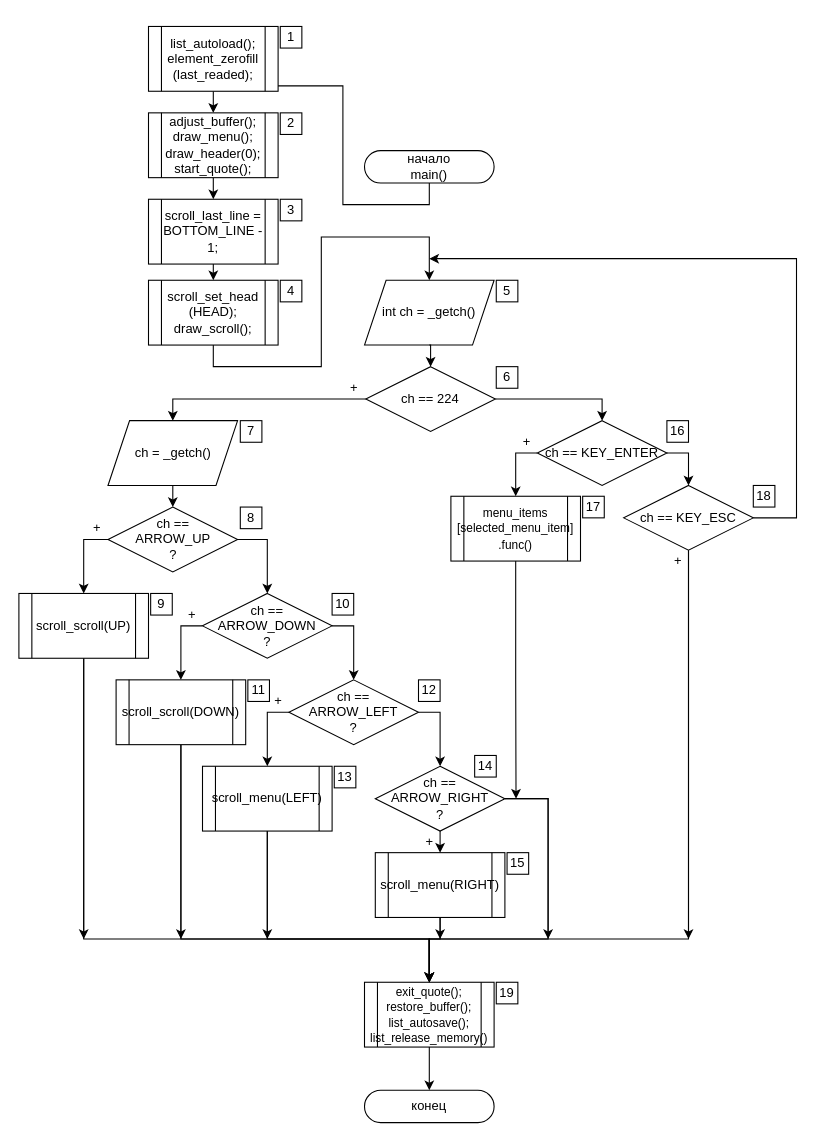
The draw.io diagram ПЗ/Diagrams/main.drawio in Killfrra/AnP, before the edit. Source tidied: cells renumbered, new cells numbered last; positions are measured from the earlier drawing's top-left corner, leaving out a move shared by most shapes. Both pictures are drawn from the tidied source at 108%, with x=0, y=0 at pixel (18, 26).
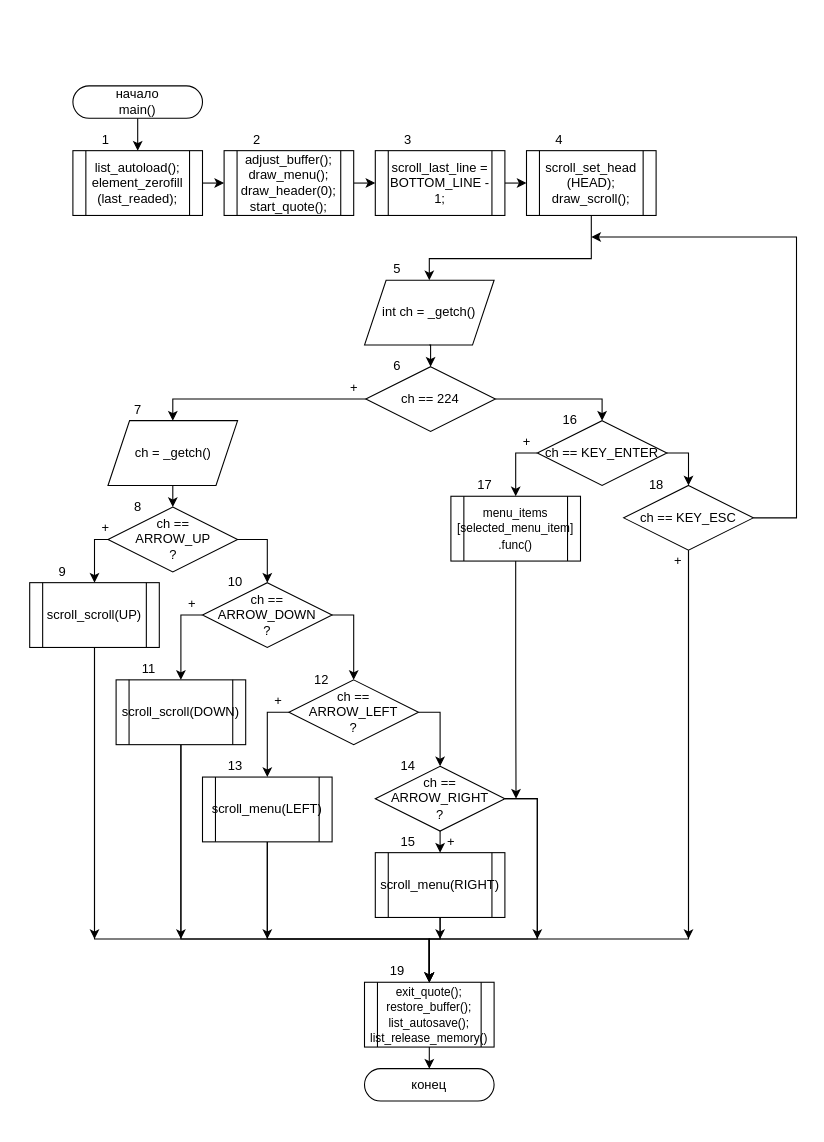
Above is the later version.

Unchanged cells that the change refers to:
```xml
<mxCell id="5" value="&lt;font style=&quot;font-size: 11px&quot;&gt;exit_quote();&lt;br&gt;restore_buffer();&lt;br&gt;list_autosave();&lt;br&gt;list_release_memory()&lt;/font&gt;" style="shape=process;whiteSpace=wrap;html=1;backgroundOutline=1;fontFamily=Helvetica;fontSize=12;fontColor=#000000;align=center;strokeColor=#000000;fillColor=#ffffff;" parent="1" vertex="1">
  <mxGeometry x="320" y="885" width="120" height="60" as="geometry" />
</mxCell>
<mxCell id="8" value="ch ==&lt;br&gt;ARROW_UP&lt;br&gt;?" style="rhombus;whiteSpace=wrap;html=1;rounded=0;" parent="1" vertex="1">
  <mxGeometry x="82.5" y="445" width="120" height="60" as="geometry" />
</mxCell>
<mxCell id="15" value="ch == ARROW_RIGHT&lt;br&gt;?" style="rhombus;whiteSpace=wrap;html=1;rounded=0;" parent="1" vertex="1">
  <mxGeometry x="330" y="685" width="120" height="60" as="geometry" />
</mxCell>
<mxCell id="30" value="ch == KEY_ESC" style="rhombus;whiteSpace=wrap;html=1;rounded=0;" parent="1" vertex="1">
  <mxGeometry x="560" y="425" width="120" height="60" as="geometry" />
</mxCell>
<mxCell id="37" value="int ch = _getch()" style="shape=parallelogram;perimeter=parallelogramPerimeter;whiteSpace=wrap;html=1;fixedSize=1;fontFamily=Helvetica;fontSize=12;align=center;" parent="1" vertex="1">
  <mxGeometry x="320" y="235" width="120" height="60" as="geometry" />
</mxCell>
<mxCell id="44" value="scroll_scroll(DOWN)" style="shape=process;whiteSpace=wrap;html=1;backgroundOutline=1;" parent="1" vertex="1">
  <mxGeometry x="90" y="605" width="120" height="60" as="geometry" />
</mxCell>
```

What changed in the source:
```diff
@@
     <mxCell id="2" style="edgeStyle=orthogonalEdgeStyle;rounded=0;jettySize=auto;html=1;exitX=0.5;exitY=1;exitDx=0;exitDy=0;entryX=0.5;entryY=0;entryDx=0;entryDy=0;" parent="1" edge="1" source="3" target="52">
-      <mxGeometry relative="1" as="geometry">
-        <Array as="points">
-          <mxPoint x="380" y="165" />
-          <mxPoint x="300" y="165" />
-          <mxPoint x="300" y="55" />
-          <mxPoint x="180" y="55" />
-        </Array>
-      </mxGeometry>
+      <mxGeometry relative="1" as="geometry" />
     </mxCell>
     <mxCell id="3" value="начало&lt;br&gt;main()" style="rounded=1;whiteSpace=wrap;html=1;arcSize=50;" parent="1" vertex="1">
-      <mxGeometry x="320" y="115" width="120" height="30" as="geometry" />
+      <mxGeometry x="50" y="55" width="120" height="30" as="geometry" />
     </mxCell>
     <mxCell id="4" value="конец" style="rounded=1;whiteSpace=wrap;html=1;arcSize=50;" parent="1" vertex="1">
-      <mxGeometry x="320" y="985" width="120" height="30" as="geometry" />
+      <mxGeometry x="320" y="965" width="120" height="30" as="geometry" />
     </mxCell>
@@
     <mxCell id="9" style="edgeStyle=orthogonalEdgeStyle;rounded=0;jettySize=auto;html=1;exitX=0.5;exitY=1;exitDx=0;exitDy=0;entryX=0.5;entryY=0;entryDx=0;entryDy=0;" parent="1" edge="1" source="42" target="5">
       <mxGeometry relative="1" as="geometry">
         <Array as="points">
-          <mxPoint x="60" y="845" />
+          <mxPoint x="70" y="845" />
           <mxPoint x="380" y="845" />
         </Array>
       </mxGeometry>
     </mxCell>
     <mxCell id="10" value="ch == ARROW_DOWN&lt;br&gt;?" style="rhombus;whiteSpace=wrap;html=1;rounded=0;" parent="1" vertex="1">
-      <mxGeometry x="170" y="525" width="120" height="60" as="geometry" />
+      <mxGeometry x="170" y="515" width="120" height="60" as="geometry" />
     </mxCell>
@@
     <mxCell id="14" style="edgeStyle=orthogonalEdgeStyle;rounded=0;jettySize=auto;html=1;exitX=1;exitY=0.5;exitDx=0;exitDy=0;" parent="1" edge="1" source="15">
       <mxGeometry relative="1" as="geometry">
-        <mxPoint x="490" y="845" as="targetPoint" />
+        <mxPoint x="480" y="845" as="targetPoint" />
         <Array as="points">
-          <mxPoint x="490" y="715" />
-          <mxPoint x="490" y="845" />
+          <mxPoint x="480" y="715" />
+          <mxPoint x="480" y="845" />
         </Array>
       </mxGeometry>
     </mxCell>
@@
     <mxCell id="18" style="edgeStyle=orthogonalEdgeStyle;rounded=0;jettySize=auto;html=1;exitX=1;exitY=0.5;exitDx=0;exitDy=0;entryX=0.5;entryY=0;entryDx=0;entryDy=0;" parent="1" edge="1" source="15" target="5">
       <mxGeometry relative="1" as="geometry">
         <Array as="points">
-          <mxPoint x="490" y="715" />
-          <mxPoint x="490" y="845" />
+          <mxPoint x="480" y="715" />
+          <mxPoint x="480" y="845" />
           <mxPoint x="380" y="845" />
         </Array>
       </mxGeometry>
     </mxCell>
@@
     <mxCell id="21" style="edgeStyle=orthogonalEdgeStyle;rounded=0;jettySize=auto;html=1;exitX=0;exitY=0.5;exitDx=0;exitDy=0;entryX=0.5;entryY=0;entryDx=0;entryDy=0;" parent="1" edge="1" source="10" target="44">
       <mxGeometry relative="1" as="geometry">
         <Array as="points">
-          <mxPoint x="150" y="555" />
+          <mxPoint x="150" y="545" />
         </Array>
       </mxGeometry>
     </mxCell>
@@
     <mxCell id="23" style="edgeStyle=orthogonalEdgeStyle;rounded=0;jettySize=auto;html=1;exitX=0;exitY=0.5;exitDx=0;exitDy=0;entryX=0.5;entryY=0;entryDx=0;entryDy=0;" parent="1" edge="1" source="8" target="42">
       <mxGeometry relative="1" as="geometry">
         <Array as="points">
-          <mxPoint x="60" y="475" />
+          <mxPoint x="70" y="475" />
         </Array>
       </mxGeometry>
     </mxCell>
@@
     <mxCell id="28" style="edgeStyle=orthogonalEdgeStyle;rounded=0;jettySize=auto;html=1;exitX=1;exitY=0.5;exitDx=0;exitDy=0;" parent="1" edge="1" source="30">
       <mxGeometry relative="1" as="geometry">
-        <mxPoint x="380" y="215" as="targetPoint" />
+        <mxPoint x="530" y="195" as="targetPoint" />
         <Array as="points">
           <mxPoint x="720" y="455" />
-          <mxPoint x="720" y="215" />
+          <mxPoint x="720" y="195" />
         </Array>
       </mxGeometry>
     </mxCell>
@@
-    <mxCell id="39" style="edgeStyle=orthogonalEdgeStyle;rounded=0;jettySize=auto;html=1;exitX=0.5;exitY=1;exitDx=0;exitDy=0;entryX=0.5;entryY=0;entryDx=0;entryDy=0;" parent="1" edge="1" source="40" target="81">
+    <mxCell id="39" style="edgeStyle=orthogonalEdgeStyle;rounded=0;jettySize=auto;html=1;exitX=1;exitY=0.5;exitDx=0;exitDy=0;entryX=0;entryY=0.5;entryDx=0;entryDy=0;" parent="1" edge="1" source="40" target="81">
       <mxGeometry relative="1" as="geometry" />
     </mxCell>
     <mxCell id="40" value="scroll_last_line = BOTTOM_LINE - 1;" style="shape=process;whiteSpace=wrap;html=1;backgroundOutline=1;fontFamily=Helvetica;fontSize=12;fontColor=#000000;align=center;strokeColor=#000000;fillColor=#ffffff;" parent="1" vertex="1">
-      <mxGeometry x="120" y="160" width="120" height="60" as="geometry" />
+      <mxGeometry x="330" y="115" width="120" height="60" as="geometry" />
     </mxCell>
     <mxCell id="41" style="edgeStyle=orthogonalEdgeStyle;rounded=0;jettySize=auto;html=1;exitX=0.5;exitY=1;exitDx=0;exitDy=0;" parent="1" edge="1" source="42">
       <mxGeometry relative="1" as="geometry">
-        <mxPoint x="60" y="845" as="targetPoint" />
+        <mxPoint x="70" y="845" as="targetPoint" />
       </mxGeometry>
     </mxCell>
     <mxCell id="42" value="&lt;div&gt;scroll_scroll(UP)&lt;/div&gt;" style="shape=process;whiteSpace=wrap;html=1;backgroundOutline=1;" parent="1" vertex="1">
-      <mxGeometry y="525" width="120" height="60" as="geometry" />
+      <mxGeometry x="10" y="515" width="120" height="60" as="geometry" />
     </mxCell>
@@
     <mxCell id="46" value="scroll_menu(LEFT)" style="shape=process;whiteSpace=wrap;html=1;backgroundOutline=1;" parent="1" vertex="1">
-      <mxGeometry x="170" y="685" width="120" height="60" as="geometry" />
+      <mxGeometry x="170" y="695" width="120" height="60" as="geometry" />
     </mxCell>
@@
-    <mxCell id="51" style="edgeStyle=orthogonalEdgeStyle;rounded=0;jettySize=auto;html=1;exitX=0.5;exitY=1;exitDx=0;exitDy=0;entryX=0.5;entryY=0;entryDx=0;entryDy=0;" parent="1" edge="1" source="52" target="54">
+    <mxCell id="51" style="edgeStyle=orthogonalEdgeStyle;rounded=0;jettySize=auto;html=1;exitX=1;exitY=0.5;exitDx=0;exitDy=0;entryX=0;entryY=0.5;entryDx=0;entryDy=0;" parent="1" edge="1" source="52" target="54">
       <mxGeometry relative="1" as="geometry" />
     </mxCell>
     <mxCell id="52" value="list_autoload();&lt;br&gt;element_zerofill&lt;br&gt;(last_readed);" style="shape=process;html=1;backgroundOutline=1;whiteSpace=wrap;" parent="1" vertex="1">
-      <mxGeometry x="120" width="120" height="60" as="geometry" />
+      <mxGeometry x="50" y="115" width="120" height="60" as="geometry" />
     </mxCell>
-    <mxCell id="53" style="edgeStyle=orthogonalEdgeStyle;rounded=0;jettySize=auto;html=1;exitX=0.5;exitY=1;exitDx=0;exitDy=0;entryX=0.5;entryY=0;entryDx=0;entryDy=0;" parent="1" edge="1" source="54" target="40">
+    <mxCell id="53" style="edgeStyle=orthogonalEdgeStyle;rounded=0;jettySize=auto;html=1;exitX=1;exitY=0.5;exitDx=0;exitDy=0;entryX=0;entryY=0.5;entryDx=0;entryDy=0;" parent="1" edge="1" source="54" target="40">
       <mxGeometry relative="1" as="geometry" />
     </mxCell>
     <mxCell id="54" value="adjust_buffer();&lt;br&gt;draw_menu();&lt;br&gt;draw_header(0);&lt;br&gt;start_quote();" style="shape=process;html=1;backgroundOutline=1;whiteSpace=wrap;" parent="1" vertex="1">
-      <mxGeometry x="120" y="80" width="120" height="60" as="geometry" />
+      <mxGeometry x="190" y="115" width="120" height="60" as="geometry" />
     </mxCell>
@@
     <mxCell id="57" value="+" style="text;html=1;align=center;verticalAlign=middle;" parent="1" vertex="1">
-      <mxGeometry x="62" y="455" width="20" height="20" as="geometry" />
+      <mxGeometry x="70" y="455" width="20" height="20" as="geometry" />
     </mxCell>
     <mxCell id="58" value="+" style="text;html=1;align=center;verticalAlign=middle;" parent="1" vertex="1">
-      <mxGeometry x="150" y="535" width="20" height="20" as="geometry" />
+      <mxGeometry x="150" y="525" width="20" height="20" as="geometry" />
     </mxCell>
@@
     <mxCell id="60" value="+" style="text;html=1;align=center;verticalAlign=middle;" parent="1" vertex="1">
-      <mxGeometry x="370" y="745" width="20" height="20" as="geometry" />
+      <mxGeometry x="390" y="745" width="20" height="20" as="geometry" />
     </mxCell>
@@
+    <mxCell id="80" style="edgeStyle=orthogonalEdgeStyle;rounded=0;jettySize=auto;html=1;exitX=0.5;exitY=1;exitDx=0;exitDy=0;entryX=0.5;entryY=0;entryDx=0;entryDy=0;" parent="1" edge="1" source="81" target="37">
+      <mxGeometry relative="1" as="geometry">
+        <Array as="points">
+          <mxPoint x="530" y="215" />
+          <mxPoint x="380" y="215" />
+        </Array>
+      </mxGeometry>
+    </mxCell>
+    <mxCell id="81" value="scroll_set_head&lt;br&gt;(HEAD);&lt;br&gt;draw_scroll();" style="shape=process;whiteSpace=wrap;html=1;backgroundOutline=1;fontFamily=Helvetica;fontSize=12;fontColor=#000000;align=center;strokeColor=#000000;fillColor=#ffffff;" parent="1" vertex="1">
+      <mxGeometry x="470" y="115" width="120" height="60" as="geometry" />
+    </mxCell>
-    <mxCell id="62" value="1" style="whiteSpace=wrap;html=1;" parent="1" vertex="1">
-      <mxGeometry x="242" width="20" height="20" as="geometry" />
+    <mxCell id="62" value="1" style="text;html=1;align=center;verticalAlign=middle;" parent="1" vertex="1">
+      <mxGeometry x="70" y="95" width="20" height="20" as="geometry" />
     </mxCell>
-    <mxCell id="63" value="2" style="whiteSpace=wrap;html=1;" parent="1" vertex="1">
-      <mxGeometry x="242" y="80" width="20" height="20" as="geometry" />
+    <mxCell id="63" value="2" style="text;html=1;align=center;verticalAlign=middle;" parent="1" vertex="1">
+      <mxGeometry x="210" y="95" width="20" height="20" as="geometry" />
     </mxCell>
-    <mxCell id="64" value="3" style="whiteSpace=wrap;html=1;" parent="1" vertex="1">
-      <mxGeometry x="242" y="160" width="20" height="20" as="geometry" />
+    <mxCell id="64" value="3" style="text;html=1;align=center;verticalAlign=middle;" parent="1" vertex="1">
+      <mxGeometry x="350" y="95" width="20" height="20" as="geometry" />
     </mxCell>
+    <mxCell id="82" value="4" style="text;html=1;align=center;verticalAlign=middle;" parent="1" vertex="1">
+      <mxGeometry x="490" y="95" width="20" height="20" as="geometry" />
+    </mxCell>
-    <mxCell id="65" value="5" style="whiteSpace=wrap;html=1;" parent="1" vertex="1">
-      <mxGeometry x="442" y="235" width="20" height="20" as="geometry" />
+    <mxCell id="65" value="5" style="text;html=1;align=center;verticalAlign=middle;" parent="1" vertex="1">
+      <mxGeometry x="340" y="215" width="20" height="20" as="geometry" />
     </mxCell>
-    <mxCell id="66" value="6" style="whiteSpace=wrap;html=1;" parent="1" vertex="1">
-      <mxGeometry x="442" y="315" width="20" height="20" as="geometry" />
+    <mxCell id="66" value="6" style="text;html=1;align=center;verticalAlign=middle;" parent="1" vertex="1">
+      <mxGeometry x="340" y="305" width="20" height="20" as="geometry" />
     </mxCell>
-    <mxCell id="67" value="16" style="whiteSpace=wrap;html=1;" parent="1" vertex="1">
-      <mxGeometry x="600" y="365" width="20" height="20" as="geometry" />
+    <mxCell id="67" value="16" style="text;html=1;align=center;verticalAlign=middle;" parent="1" vertex="1">
+      <mxGeometry x="495" y="355" width="30" height="20" as="geometry" />
     </mxCell>
+    <mxCell id="69" value="17" style="text;html=1;align=center;verticalAlign=middle;" parent="1" vertex="1">
+      <mxGeometry x="416.2" y="415" width="30" height="20" as="geometry" />
+    </mxCell>
-    <mxCell id="68" value="18" style="whiteSpace=wrap;html=1;" parent="1" vertex="1">
-      <mxGeometry x="680" y="425" width="20" height="20" as="geometry" />
+    <mxCell id="68" value="18" style="text;html=1;align=center;verticalAlign=middle;" parent="1" vertex="1">
+      <mxGeometry x="575" y="415" width="30" height="20" as="geometry" />
     </mxCell>
-    <mxCell id="69" value="17" style="whiteSpace=wrap;html=1;" parent="1" vertex="1">
-      <mxGeometry x="522" y="435" width="20" height="20" as="geometry" />
-    </mxCell>
+    <mxCell id="71" value="8" style="text;html=1;align=center;verticalAlign=middle;" parent="1" vertex="1">
+      <mxGeometry x="100" y="435" width="20" height="20" as="geometry" />
+    </mxCell>
-    <mxCell id="70" value="7" style="whiteSpace=wrap;html=1;" parent="1" vertex="1">
-      <mxGeometry x="205" y="365" width="20" height="20" as="geometry" />
+    <mxCell id="70" value="7" style="text;html=1;align=center;verticalAlign=middle;" parent="1" vertex="1">
+      <mxGeometry x="100" y="345" width="20" height="20" as="geometry" />
     </mxCell>
-    <mxCell id="71" value="8" style="whiteSpace=wrap;html=1;" parent="1" vertex="1">
-      <mxGeometry x="205" y="445" width="20" height="20" as="geometry" />
-    </mxCell>
-    <mxCell id="72" value="9" style="whiteSpace=wrap;html=1;" parent="1" vertex="1">
-      <mxGeometry x="122" y="525" width="20" height="20" as="geometry" />
+    <mxCell id="72" value="9" style="text;html=1;align=center;verticalAlign=middle;" parent="1" vertex="1">
+      <mxGeometry x="30" y="495" width="20" height="20" as="geometry" />
     </mxCell>
+    <mxCell id="74" value="10" style="text;html=1;align=center;verticalAlign=middle;" parent="1" vertex="1">
+      <mxGeometry x="185" y="505" width="30" height="20" as="geometry" />
+    </mxCell>
-    <mxCell id="73" value="11" style="whiteSpace=wrap;html=1;" parent="1" vertex="1">
-      <mxGeometry x="212" y="605" width="20" height="20" as="geometry" />
+    <mxCell id="73" value="11" style="text;html=1;align=center;verticalAlign=middle;" parent="1" vertex="1">
+      <mxGeometry x="105" y="585" width="30" height="20" as="geometry" />
     </mxCell>
-    <mxCell id="74" value="10" style="whiteSpace=wrap;html=1;" parent="1" vertex="1">
-      <mxGeometry x="290" y="525" width="20" height="20" as="geometry" />
-    </mxCell>
-    <mxCell id="75" value="12" style="whiteSpace=wrap;html=1;" parent="1" vertex="1">
-      <mxGeometry x="370" y="605" width="20" height="20" as="geometry" />
+    <mxCell id="75" value="12" style="text;html=1;align=center;verticalAlign=middle;" parent="1" vertex="1">
+      <mxGeometry x="265" y="595" width="30" height="20" as="geometry" />
     </mxCell>
-    <mxCell id="76" value="13" style="whiteSpace=wrap;html=1;" parent="1" vertex="1">
-      <mxGeometry x="292" y="685" width="20" height="20" as="geometry" />
+    <mxCell id="76" value="13" style="text;html=1;align=center;verticalAlign=middle;" parent="1" vertex="1">
+      <mxGeometry x="185" y="675" width="30" height="20" as="geometry" />
     </mxCell>
-    <mxCell id="77" value="14" style="whiteSpace=wrap;html=1;" parent="1" vertex="1">
-      <mxGeometry x="422" y="675" width="20" height="20" as="geometry" />
+    <mxCell id="77" value="14" style="text;html=1;align=center;verticalAlign=middle;" parent="1" vertex="1">
+      <mxGeometry x="345" y="675" width="30" height="20" as="geometry" />
     </mxCell>
-    <mxCell id="78" value="15" style="whiteSpace=wrap;html=1;" parent="1" vertex="1">
-      <mxGeometry x="452" y="765" width="20" height="20" as="geometry" />
+    <mxCell id="78" value="15" style="text;html=1;align=center;verticalAlign=middle;" parent="1" vertex="1">
+      <mxGeometry x="345" y="745" width="30" height="20" as="geometry" />
     </mxCell>
-    <mxCell id="79" value="19" style="whiteSpace=wrap;html=1;" parent="1" vertex="1">
-      <mxGeometry x="442" y="885" width="20" height="20" as="geometry" />
+    <mxCell id="79" value="19" style="text;html=1;align=center;verticalAlign=middle;" parent="1" vertex="1">
+      <mxGeometry x="335" y="865" width="30" height="20" as="geometry" />
     </mxCell>
-    <mxCell id="80" style="edgeStyle=orthogonalEdgeStyle;rounded=0;jettySize=auto;html=1;exitX=0.5;exitY=1;exitDx=0;exitDy=0;entryX=0.5;entryY=0;entryDx=0;entryDy=0;" parent="1" edge="1" source="81" target="37">
-      <mxGeometry relative="1" as="geometry">
-        <Array as="points">
-          <mxPoint x="180" y="315" />
-          <mxPoint x="280" y="315" />
-          <mxPoint x="280" y="195" />
-          <mxPoint x="380" y="195" />
-        </Array>
-      </mxGeometry>
-    </mxCell>
-    <mxCell id="81" value="scroll_set_head&lt;br&gt;(HEAD);&lt;br&gt;draw_scroll();" style="shape=process;whiteSpace=wrap;html=1;backgroundOutline=1;fontFamily=Helvetica;fontSize=12;fontColor=#000000;align=center;strokeColor=#000000;fillColor=#ffffff;" parent="1" vertex="1">
-      <mxGeometry x="120" y="235" width="120" height="60" as="geometry" />
-    </mxCell>
-    <mxCell id="82" value="4" style="whiteSpace=wrap;html=1;" parent="1" vertex="1">
-      <mxGeometry x="242" y="235" width="20" height="20" as="geometry" />
-    </mxCell>
```
